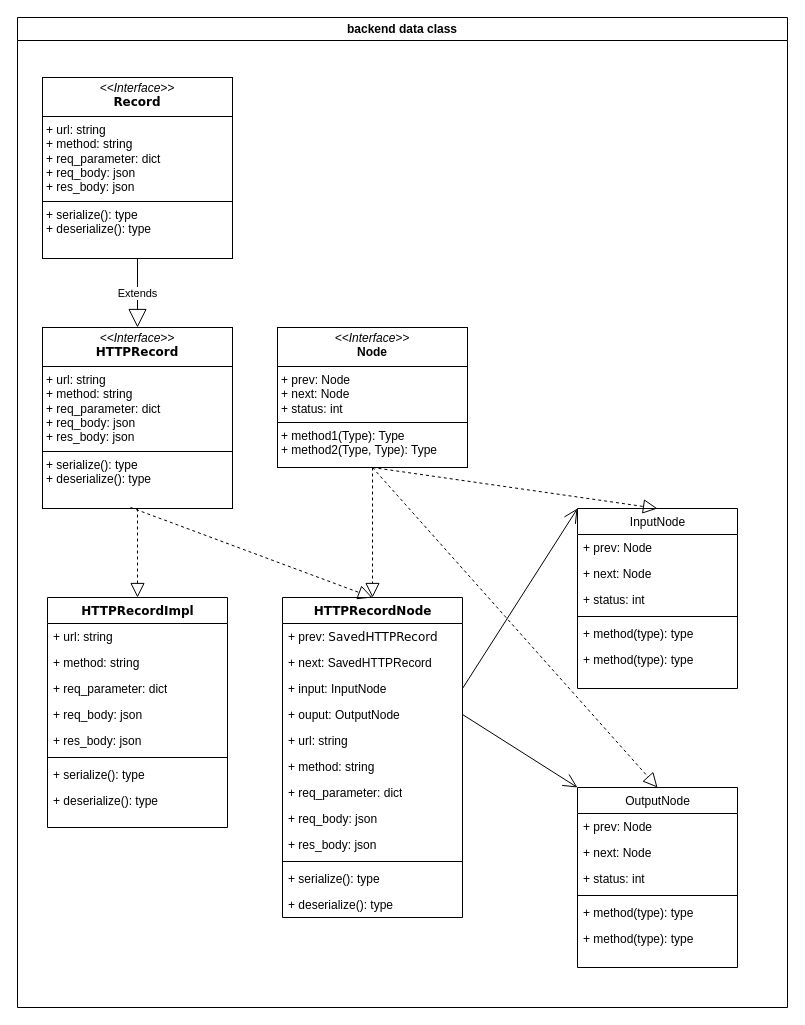
The draw.io diagram TestToys.drawio in lilnfh/TestToys, before the edit. Source tidied: cells renumbered, new cells numbered last; positions are measured from the earlier drawing's top-left corner, leaving out a move shared by most shapes. Both pictures are drawn from the tidied source at 100%, with x=0, y=0 at pixel (17, 17).
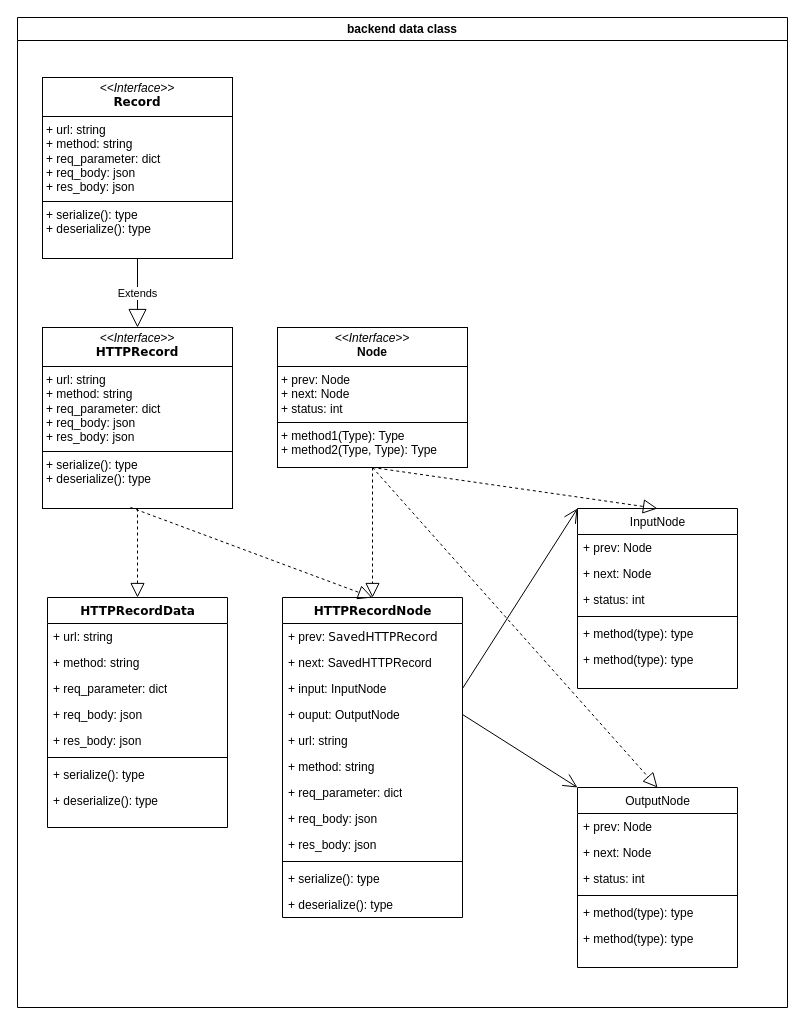
Above is the later version.

The change refers to these unchanged cells:
```xml
<mxCell id="3" value="backend data class" style="swimlane;whiteSpace=wrap;html=1;" parent="1" vertex="1">
  <mxGeometry width="770" height="990" as="geometry" />
</mxCell>
```

The edit, as a diff of the source:
```diff
@@
-    <mxCell id="8" value="HTTPRecordImpl" style="swimlane;html=1;fontStyle=1;align=center;verticalAlign=top;horizontal=1;startSize=26;swimlaneFillColor=#ffffff;rounded=0;shadow=0;comic=0;labelBackgroundColor=none;strokeWidth=1;fillColor=none;fontFamily=Verdana;fontSize=12;" parent="3" vertex="1">
+    <mxCell id="8" value="HTTPRecordData" style="swimlane;html=1;fontStyle=1;align=center;verticalAlign=top;horizontal=1;startSize=26;swimlaneFillColor=#ffffff;rounded=0;shadow=0;comic=0;labelBackgroundColor=none;strokeWidth=1;fillColor=none;fontFamily=Verdana;fontSize=12;" parent="3" vertex="1">
       <mxGeometry x="30" y="580" width="180" height="230" as="geometry" />
     </mxCell>
```
